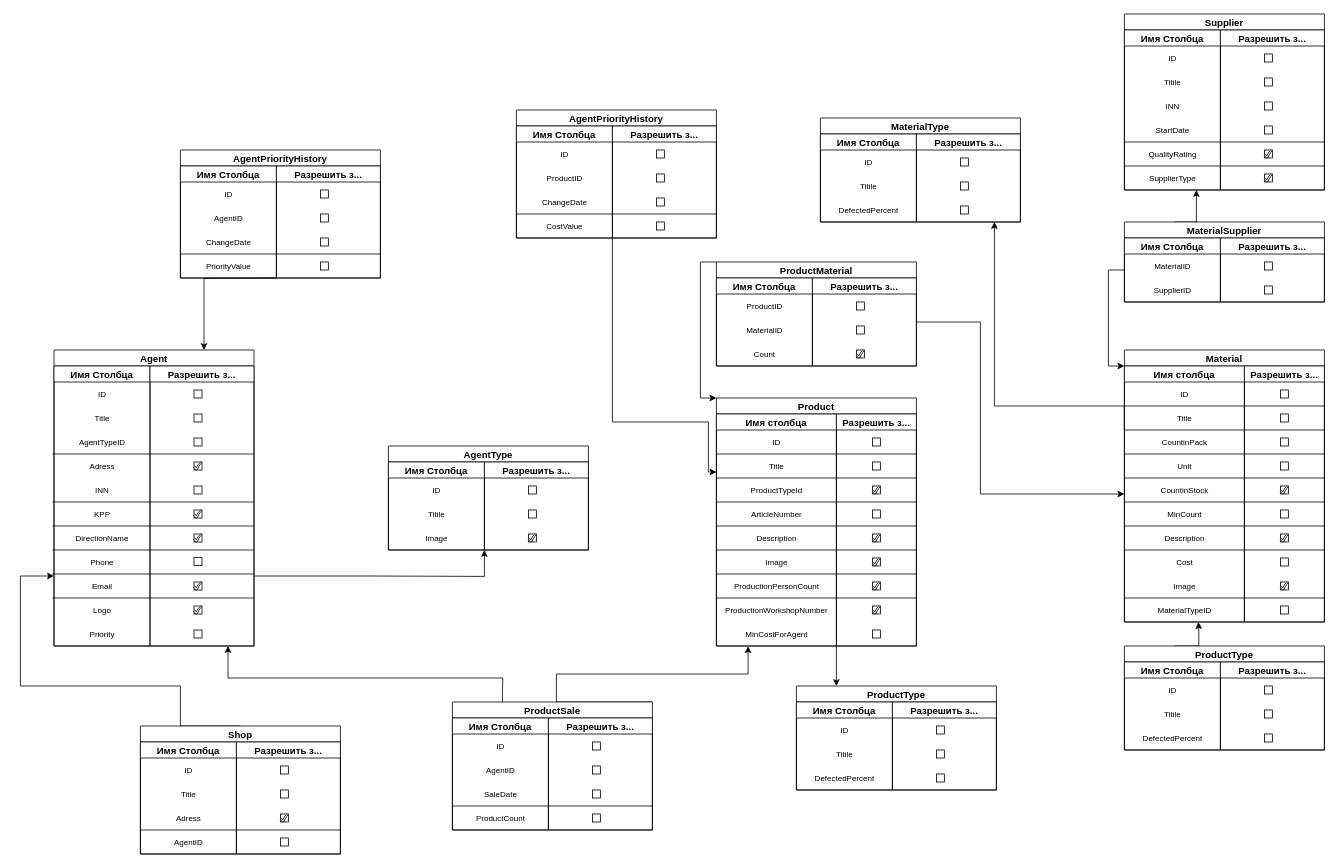
Earlier version of the draw.io diagram rabota.drawio (arn1ee/-1). Source tidied: cells renumbered, new cells numbered last; positions are measured from the earlier drawing's top-left corner, leaving out a move shared by most shapes. Both pictures are drawn from the tidied source at 80%, with x=0, y=0 at pixel (20, 14).
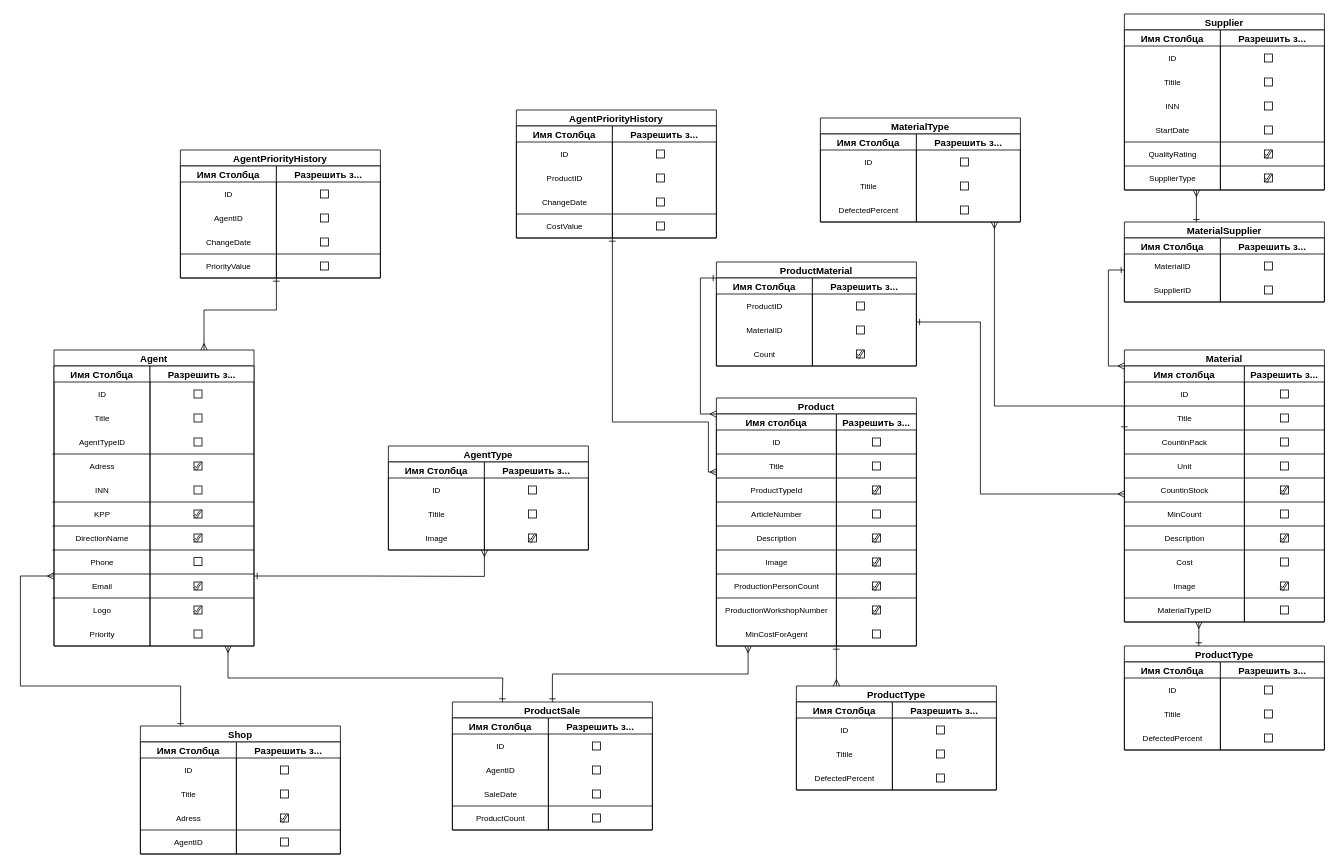
After the change.

The change refers to these unchanged cells:
```xml
<mxCell id="2" value="Product" style="swimlane;startSize=20;" parent="1" vertex="1">
  <mxGeometry x="870" y="480" width="250" height="310" as="geometry" />
</mxCell>
<mxCell id="3" value="Имя столбца" style="swimlane;startSize=20;" parent="2" vertex="1">
  <mxGeometry y="20" width="150" height="290" as="geometry" />
</mxCell>
<mxCell id="12" value="&lt;font style=&quot;font-size: 10px;&quot;&gt;MinCostForAgent&lt;/font&gt;" style="text;html=1;align=center;verticalAlign=middle;points=[];strokeColor=none;fillColor=none;" parent="3" vertex="1">
  <mxGeometry x="25" y="260" width="100" height="30" as="geometry" />
</mxCell>
<mxCell id="36" value="ProductMaterial" style="swimlane;startSize=20;" parent="1" vertex="1">
  <mxGeometry x="870" y="310" width="250" height="130" as="geometry" />
</mxCell>
<mxCell id="37" value="Имя Столбца" style="swimlane;startSize=20;" parent="36" vertex="1">
  <mxGeometry y="20" width="120" height="110" as="geometry" />
</mxCell>
<mxCell id="41" value="Разрешить з..." style="swimlane;startSize=20;" parent="36" vertex="1">
  <mxGeometry x="120" y="20" width="130" height="110" as="geometry" />
</mxCell>
<mxCell id="58" value="ProductSale" style="swimlane;startSize=20;" parent="1" vertex="1">
  <mxGeometry x="540" y="860" width="250" height="160" as="geometry" />
</mxCell>
<mxCell id="70" value="Agent" style="swimlane;startSize=20;" parent="1" vertex="1">
  <mxGeometry x="42" y="420" width="250" height="370" as="geometry" />
</mxCell>
<mxCell id="71" value="Имя Столбца" style="swimlane;startSize=20;" parent="70" vertex="1">
  <mxGeometry y="20" width="120" height="350" as="geometry" />
</mxCell>
<mxCell id="83" value="Разрешить з..." style="swimlane;startSize=20;" parent="70" vertex="1">
  <mxGeometry x="120" y="20" width="130" height="350" as="geometry" />
</mxCell>
<mxCell id="107" value="Shop" style="swimlane;startSize=20;" parent="1" vertex="1">
  <mxGeometry x="150" y="890" width="250" height="160" as="geometry" />
</mxCell>
<mxCell id="158" value="ProductType" style="swimlane;startSize=20;" parent="1" vertex="1">
  <mxGeometry x="1380" y="790" width="250" height="130" as="geometry" />
</mxCell>
<mxCell id="168" value="Имя столбца" style="swimlane;startSize=20;" parent="167" vertex="1">
  <mxGeometry y="20" width="150" height="320" as="geometry" />
</mxCell>
<mxCell id="179" value="&lt;font style=&quot;font-size: 10px;&quot;&gt;MaterialTypeID&lt;/font&gt;" style="text;html=1;align=center;verticalAlign=middle;points=[];strokeColor=none;fillColor=none;" parent="168" vertex="1">
  <mxGeometry x="30" y="290" width="90" height="30" as="geometry" />
</mxCell>
<mxCell id="202" value="MaterialSupplier" style="swimlane;startSize=20;" parent="1" vertex="1">
  <mxGeometry x="1380" y="260" width="250" height="100" as="geometry" />
</mxCell>
<mxCell id="203" value="Имя Столбца" style="swimlane;startSize=20;" parent="202" vertex="1">
  <mxGeometry y="20" width="120" height="80" as="geometry" />
</mxCell>
<mxCell id="233" value="Разрешить з..." style="swimlane;startSize=20;" parent="228" vertex="1">
  <mxGeometry x="120" y="20" width="130" height="110" as="geometry" />
</mxCell>
```

The edit, as a diff of the source:
```diff
@@
-    <mxCell id="35" style="edgeStyle=orthogonalEdgeStyle;rounded=0;jettySize=auto;html=1;exitX=0;exitY=0;exitDx=0;exitDy=0;entryX=0;entryY=0;entryDx=0;entryDy=0;" parent="1" edge="1" source="36" target="2">
+    <mxCell id="35" style="edgeStyle=orthogonalEdgeStyle;rounded=0;jettySize=auto;html=1;exitX=0;exitY=0;exitDx=0;exitDy=0;entryX=0;entryY=0;entryDx=0;entryDy=0;startArrow=ERone;startFill=0;endArrow=ERmany;endFill=0;" parent="1" edge="1" source="37" target="3">
       <mxGeometry relative="1" as="geometry">
         <Array as="points">
-          <mxPoint x="850" y="310" />
-          <mxPoint x="850" y="480" />
+          <mxPoint x="850" y="330" />
+          <mxPoint x="850" y="500" />
         </Array>
       </mxGeometry>
     </mxCell>
@@
-    <mxCell id="55" style="edgeStyle=orthogonalEdgeStyle;rounded=0;jettySize=auto;html=1;exitX=1;exitY=1;exitDx=0;exitDy=0;" parent="1" edge="1" source="3">
+    <mxCell id="55" style="edgeStyle=orthogonalEdgeStyle;rounded=0;jettySize=auto;html=1;exitX=1;exitY=1;exitDx=0;exitDy=0;startArrow=ERone;startFill=0;endArrow=ERmany;endFill=0;" parent="1" edge="1" source="3">
       <mxGeometry relative="1" as="geometry">
         <mxPoint x="1020" y="840" as="targetPoint" />
         <Array as="points">
           <mxPoint x="1020" y="840" />
         </Array>
       </mxGeometry>
     </mxCell>
-    <mxCell id="56" style="edgeStyle=orthogonalEdgeStyle;rounded=0;jettySize=auto;html=1;exitX=1;exitY=0;exitDx=0;exitDy=0;entryX=0.146;entryY=1.011;entryDx=0;entryDy=0;entryPerimeter=0;" parent="1" edge="1" source="58" target="12">
+    <mxCell id="56" style="edgeStyle=orthogonalEdgeStyle;rounded=0;jettySize=auto;html=1;exitX=0.5;exitY=0;exitDx=0;exitDy=0;entryX=0.146;entryY=1.011;entryDx=0;entryDy=0;entryPerimeter=0;startArrow=ERone;startFill=0;endArrow=ERmany;endFill=0;" parent="1" edge="1" source="58" target="12">
       <mxGeometry relative="1" as="geometry">
         <Array as="points">
-          <mxPoint x="670" y="860" />
-          <mxPoint x="670" y="825" />
+          <mxPoint x="665" y="825" />
           <mxPoint x="910" y="825" />
         </Array>
       </mxGeometry>
     </mxCell>
-    <mxCell id="57" style="edgeStyle=orthogonalEdgeStyle;rounded=0;jettySize=auto;html=1;exitX=0.25;exitY=0;exitDx=0;exitDy=0;entryX=0.75;entryY=1;entryDx=0;entryDy=0;" parent="1" edge="1" source="58" target="83">
+    <mxCell id="57" style="edgeStyle=orthogonalEdgeStyle;rounded=0;jettySize=auto;html=1;exitX=0.25;exitY=0;exitDx=0;exitDy=0;entryX=0.75;entryY=1;entryDx=0;entryDy=0;startArrow=ERone;startFill=0;endArrow=ERmany;endFill=0;" parent="1" edge="1" source="58" target="83">
       <mxGeometry relative="1" as="geometry">
         <Array as="points">
           <mxPoint x="603" y="850" />
           <mxPoint x="603" y="850" />
           <mxPoint x="603" y="830" />
           <mxPoint x="260" y="830" />
         </Array>
       </mxGeometry>
     </mxCell>
@@
-    <mxCell id="106" style="edgeStyle=orthogonalEdgeStyle;rounded=0;jettySize=auto;html=1;exitX=0.5;exitY=0;exitDx=0;exitDy=0;entryX=0;entryY=0.75;entryDx=0;entryDy=0;" parent="1" edge="1" source="107" target="71">
+    <mxCell id="106" style="edgeStyle=orthogonalEdgeStyle;rounded=0;jettySize=auto;html=1;exitX=0.201;exitY=0.006;exitDx=0;exitDy=0;entryX=0;entryY=0.75;entryDx=0;entryDy=0;startArrow=ERone;startFill=0;endArrow=ERmany;endFill=0;exitPerimeter=0;" parent="1" edge="1" source="107" target="71">
       <mxGeometry relative="1" as="geometry">
         <Array as="points">
-          <mxPoint x="200" y="890" />
           <mxPoint x="200" y="840" />
           <mxPoint y="840" />
           <mxPoint y="703" />
         </Array>
       </mxGeometry>
     </mxCell>
@@
-    <mxCell id="130" style="edgeStyle=orthogonalEdgeStyle;rounded=0;jettySize=auto;html=1;exitX=1;exitY=0.75;exitDx=0;exitDy=0;entryX=0;entryY=1;entryDx=0;entryDy=0;" parent="1" edge="1" source="83">
+    <mxCell id="130" style="edgeStyle=orthogonalEdgeStyle;rounded=0;jettySize=auto;html=1;exitX=1;exitY=0.75;exitDx=0;exitDy=0;entryX=0;entryY=1;entryDx=0;entryDy=0;startArrow=ERone;startFill=0;endArrow=ERmany;endFill=0;" parent="1" edge="1" source="83">
       <mxGeometry relative="1" as="geometry">
         <mxPoint x="580" y="670" as="targetPoint" />
         <Array as="points">
           <mxPoint x="436" y="703" />
           <mxPoint x="580" y="703" />
         </Array>
       </mxGeometry>
     </mxCell>
@@
-    <mxCell id="143" style="edgeStyle=orthogonalEdgeStyle;rounded=0;jettySize=auto;html=1;exitX=0;exitY=1;exitDx=0;exitDy=0;entryX=0.75;entryY=0;entryDx=0;entryDy=0;" parent="1" edge="1" target="70">
+    <mxCell id="143" style="edgeStyle=orthogonalEdgeStyle;rounded=0;jettySize=auto;html=1;exitX=0;exitY=1;exitDx=0;exitDy=0;entryX=0.75;entryY=0;entryDx=0;entryDy=0;startArrow=ERone;startFill=0;endArrow=ERmany;endFill=0;" parent="1" edge="1" target="70">
       <mxGeometry relative="1" as="geometry">
         <mxPoint x="320" y="330" as="sourcePoint" />
+        <Array as="points">
+          <mxPoint x="320" y="370" />
+          <mxPoint x="229" y="370" />
+        </Array>
       </mxGeometry>
     </mxCell>
@@
-    <mxCell id="156" style="edgeStyle=orthogonalEdgeStyle;rounded=0;jettySize=auto;html=1;exitX=0;exitY=1;exitDx=0;exitDy=0;entryX=0;entryY=0.25;entryDx=0;entryDy=0;" parent="1" edge="1" target="3">
+    <mxCell id="156" style="edgeStyle=orthogonalEdgeStyle;rounded=0;jettySize=auto;html=1;exitX=0;exitY=1;exitDx=0;exitDy=0;entryX=0;entryY=0.25;entryDx=0;entryDy=0;startArrow=ERone;startFill=0;endArrow=ERmany;endFill=0;" parent="1" edge="1" target="3">
       <mxGeometry relative="1" as="geometry">
         <mxPoint x="740" y="280" as="sourcePoint" />
         <Array as="points">
           <mxPoint x="740" y="510" />
           <mxPoint x="860" y="510" />
           <mxPoint x="860" y="573" />
         </Array>
       </mxGeometry>
     </mxCell>
-    <mxCell id="157" style="edgeStyle=orthogonalEdgeStyle;rounded=0;jettySize=auto;html=1;exitX=0.25;exitY=0;exitDx=0;exitDy=0;entryX=0.695;entryY=1.003;entryDx=0;entryDy=0;entryPerimeter=0;" parent="1" edge="1" source="158" target="179">
+    <mxCell id="157" style="edgeStyle=orthogonalEdgeStyle;rounded=0;jettySize=auto;html=1;entryX=0.701;entryY=0.996;entryDx=0;entryDy=0;entryPerimeter=0;startArrow=ERone;startFill=0;endArrow=ERmany;endFill=0;" parent="1" edge="1" target="179">
       <mxGeometry relative="1" as="geometry">
-        <Array as="points">
-          <mxPoint x="1473" y="790" />
-          <mxPoint x="1473" y="770" />
-          <mxPoint x="1473" y="770" />
-        </Array>
+        <mxPoint x="1473" y="790" as="sourcePoint" />
       </mxGeometry>
     </mxCell>
@@
-    <mxCell id="201" style="edgeStyle=orthogonalEdgeStyle;rounded=0;jettySize=auto;html=1;exitX=0.25;exitY=0;exitDx=0;exitDy=0;" parent="1" edge="1" source="202">
+    <mxCell id="201" style="edgeStyle=orthogonalEdgeStyle;rounded=0;jettySize=auto;html=1;exitX=0.36;exitY=0.009;exitDx=0;exitDy=0;startArrow=ERone;startFill=0;endArrow=ERmany;endFill=0;exitPerimeter=0;" parent="1" edge="1" source="202">
       <mxGeometry relative="1" as="geometry">
         <mxPoint x="1470" y="220" as="targetPoint" />
-        <Array as="points">
-          <mxPoint x="1470" y="260" />
-        </Array>
       </mxGeometry>
     </mxCell>
@@
-    <mxCell id="227" style="edgeStyle=orthogonalEdgeStyle;rounded=0;jettySize=auto;html=1;exitX=1;exitY=0.5;exitDx=0;exitDy=0;entryX=0;entryY=0.5;entryDx=0;entryDy=0;" parent="1" edge="1" source="41" target="168">
+    <mxCell id="227" style="edgeStyle=orthogonalEdgeStyle;rounded=0;jettySize=auto;html=1;exitX=1;exitY=0.5;exitDx=0;exitDy=0;entryX=0;entryY=0.5;entryDx=0;entryDy=0;startArrow=ERone;startFill=0;endArrow=ERmany;endFill=0;" parent="1" edge="1" source="41" target="168">
       <mxGeometry relative="1" as="geometry">
         <Array as="points">
           <mxPoint x="1200" y="385" />
           <mxPoint x="1200" y="600" />
         </Array>
       </mxGeometry>
     </mxCell>
@@
-    <mxCell id="237" style="edgeStyle=orthogonalEdgeStyle;rounded=0;jettySize=auto;html=1;exitX=0;exitY=0.25;exitDx=0;exitDy=0;entryX=0.75;entryY=1;entryDx=0;entryDy=0;" parent="1" edge="1" source="168" target="233">
+    <mxCell id="237" style="edgeStyle=orthogonalEdgeStyle;rounded=0;jettySize=auto;html=1;exitX=0;exitY=0.25;exitDx=0;exitDy=0;entryX=0.75;entryY=1;entryDx=0;entryDy=0;startArrow=ERone;startFill=0;endArrow=ERmany;endFill=0;" parent="1" edge="1" source="168" target="233">
       <mxGeometry relative="1" as="geometry">
         <Array as="points">
           <mxPoint x="1380" y="490" />
           <mxPoint x="1218" y="490" />
         </Array>
       </mxGeometry>
     </mxCell>
-    <mxCell id="238" style="edgeStyle=orthogonalEdgeStyle;rounded=0;jettySize=auto;html=1;exitX=0;exitY=0.5;exitDx=0;exitDy=0;entryX=0;entryY=0;entryDx=0;entryDy=0;" parent="1" edge="1" source="203" target="168">
+    <mxCell id="238" style="edgeStyle=orthogonalEdgeStyle;rounded=0;jettySize=auto;html=1;exitX=0;exitY=0.5;exitDx=0;exitDy=0;entryX=0;entryY=0;entryDx=0;entryDy=0;startArrow=ERone;startFill=0;endArrow=ERmany;endFill=0;" parent="1" edge="1" source="203" target="168">
       <mxGeometry relative="1" as="geometry">
         <Array as="points">
           <mxPoint x="1360" y="320" />
           <mxPoint x="1360" y="440" />
         </Array>
       </mxGeometry>
     </mxCell>
```
